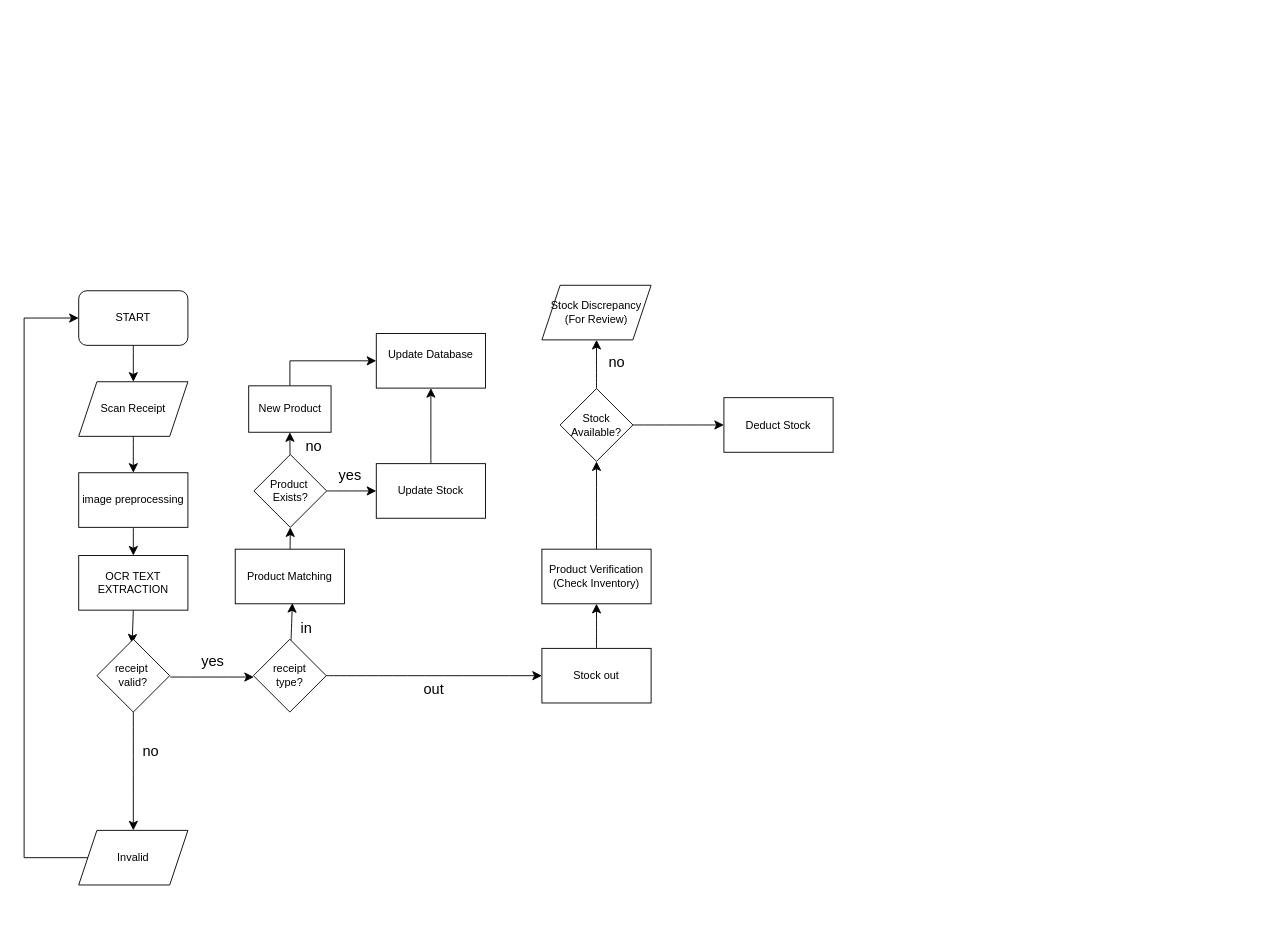
Before: workflow.drawio in 7bry7/INVENTORY-MANAGEMENT-SYSTEM-USING-IMAGE-PROCESSING-FOR-RECEIPT-BASED-STOCK-MONITORING-AND-CONTROL, a draw.io diagram. Source tidied: cells renumbered, new cells numbered last; positions are measured from the earlier drawing's top-left corner, leaving out a move shared by most shapes. Both pictures are drawn from the tidied source at 91%, with x=0, y=0 at pixel (24, 285).
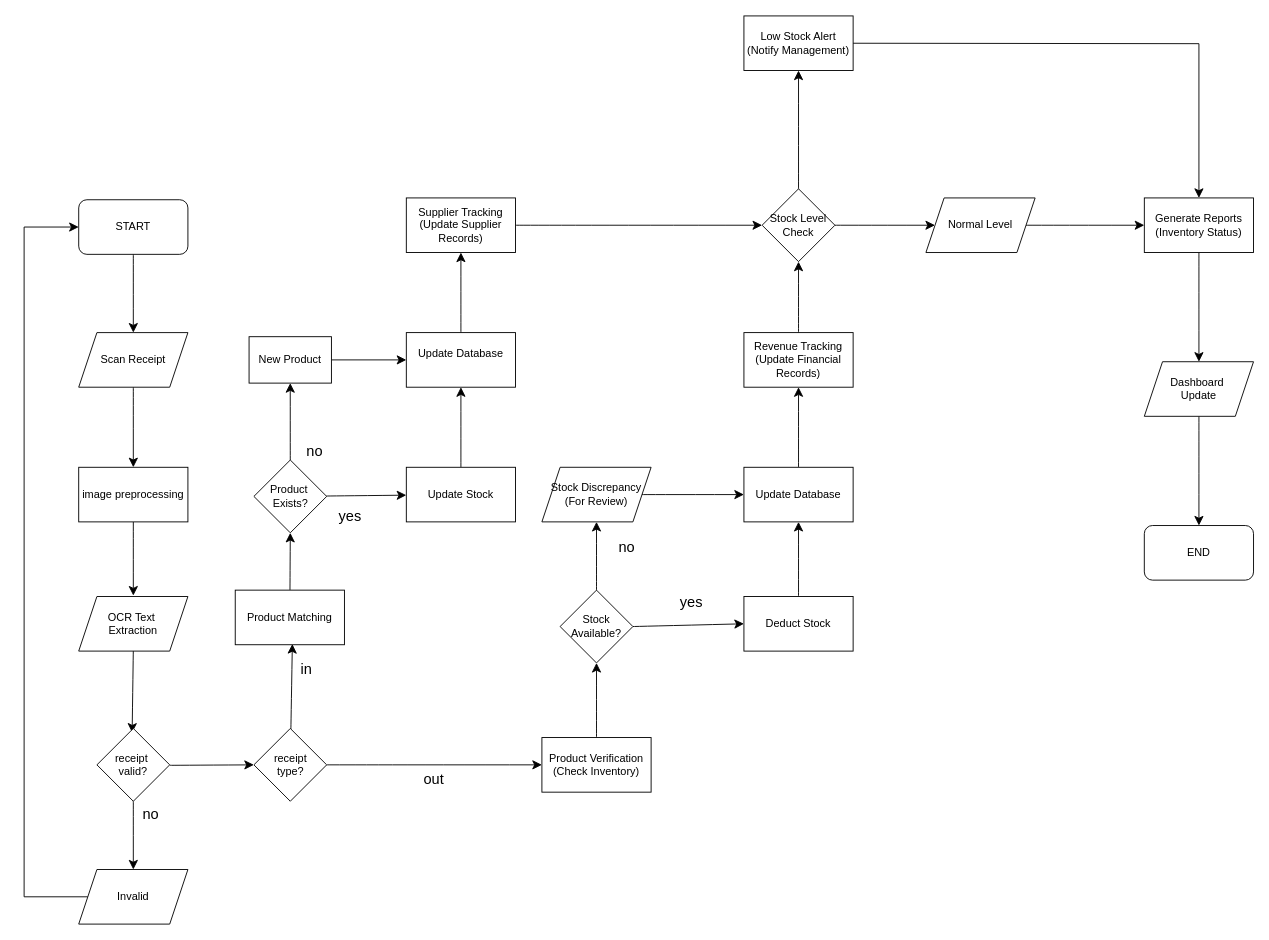
Above is the later version.

Diff of the diagram source:
```diff
@@
-    <mxCell id="3" style="edgeStyle=none;curved=1;rounded=0;jettySize=auto;html=1;entryX=0.5;entryY=0;entryDx=0;entryDy=0;fontSize=12;startSize=8;endSize=8;" parent="1" edge="1" source="4" target="6">
-      <mxGeometry relative="1" as="geometry" />
+    <mxCell id="3" style="edgeStyle=none;curved=1;rounded=0;jettySize=auto;html=1;entryX=0.5;entryY=0;entryDx=0;entryDy=0;fontSize=12;startSize=8;endSize=8;" parent="1" edge="1" source="4">
+      <mxGeometry relative="1" as="geometry">
+        <mxPoint x="120" y="341" as="targetPoint" />
+      </mxGeometry>
     </mxCell>
     <mxCell id="4" value="image preprocessing" style="rounded=0;whiteSpace=wrap;html=1;" parent="1" vertex="1">
-      <mxGeometry x="60" y="206" width="120" height="60" as="geometry" />
+      <mxGeometry x="60" y="200" width="120" height="60" as="geometry" />
     </mxCell>
-    <mxCell id="5" style="edgeStyle=none;curved=1;rounded=0;jettySize=auto;html=1;exitX=0.5;exitY=1;exitDx=0;exitDy=0;fontSize=12;startSize=8;endSize=8;entryX=0.484;entryY=0.058;entryDx=0;entryDy=0;entryPerimeter=0;" parent="1" edge="1" source="6" target="9">
-      <mxGeometry relative="1" as="geometry" />
+    <mxCell id="5" style="edgeStyle=none;curved=1;rounded=0;jettySize=auto;html=1;exitX=0.5;exitY=1;exitDx=0;exitDy=0;fontSize=12;startSize=8;endSize=8;entryX=0.484;entryY=0.058;entryDx=0;entryDy=0;entryPerimeter=0;" parent="1" edge="1" target="9">
+      <mxGeometry relative="1" as="geometry">
+        <mxPoint x="120" y="401" as="sourcePoint" />
+      </mxGeometry>
     </mxCell>
-    <mxCell id="6" value="OCR TEXT EXTRACTION" style="rounded=0;whiteSpace=wrap;html=1;" parent="1" vertex="1">
-      <mxGeometry x="60" y="297" width="120" height="60" as="geometry" />
-    </mxCell>
-    <mxCell id="7" style="edgeStyle=none;curved=1;rounded=0;orthogonalLoop=1;jettySize=auto;html=1;exitX=1;exitY=0.5;exitDx=0;exitDy=0;entryX=0;entryY=0.5;entryDx=0;entryDy=0;fontSize=12;startSize=8;endSize=8;" parent="1" edge="1">
+    <mxCell id="7" style="edgeStyle=none;curved=1;rounded=0;jettySize=auto;html=1;exitX=1;exitY=0.5;exitDx=0;exitDy=0;entryX=0;entryY=0.5;entryDx=0;entryDy=0;fontSize=12;startSize=8;endSize=8;" parent="1" edge="1" target="14">
       <mxGeometry relative="1" as="geometry">
-        <mxPoint x="160.5" y="430.5" as="sourcePoint" />
-        <mxPoint x="252.5" y="430.5" as="targetPoint" />
+        <mxPoint x="160.5" y="527.5" as="sourcePoint" />
       </mxGeometry>
     </mxCell>
@@
     <mxCell id="9" value="receipt&amp;nbsp;&lt;div&gt;valid?&lt;/div&gt;" style="rhombus;whiteSpace=wrap;html=1;" parent="1" vertex="1">
-      <mxGeometry x="80" y="389" width="80" height="80" as="geometry" />
+      <mxGeometry x="80" y="487" width="80" height="80" as="geometry" />
     </mxCell>
@@
     <mxCell id="11" style="edgeStyle=orthogonalEdgeStyle;rounded=0;jettySize=auto;html=1;entryX=0;entryY=0.5;entryDx=0;entryDy=0;fontSize=12;startSize=8;endSize=8;exitX=0;exitY=0.5;exitDx=0;exitDy=0;" parent="1" edge="1" source="42" target="25">
       <mxGeometry relative="1" as="geometry">
         <Array as="points">
-          <mxPoint y="629" />
-          <mxPoint y="36" />
+          <mxPoint y="672" />
+          <mxPoint y="-64" />
         </Array>
       </mxGeometry>
     </mxCell>
-    <mxCell id="12" style="edgeStyle=none;curved=1;rounded=0;jettySize=auto;html=1;entryX=0;entryY=0.5;entryDx=0;entryDy=0;fontSize=12;startSize=8;endSize=8;" parent="1" edge="1" source="14" target="16">
+    <mxCell id="12" style="edgeStyle=none;curved=1;rounded=0;jettySize=auto;html=1;entryX=0;entryY=0.5;entryDx=0;entryDy=0;fontSize=12;startSize=8;endSize=8;exitX=1;exitY=0.5;exitDx=0;exitDy=0;" parent="1" edge="1" source="14" target="37">
       <mxGeometry relative="1" as="geometry" />
     </mxCell>
@@
     <mxCell id="14" value="receipt&lt;div&gt;type?&lt;/div&gt;" style="rhombus;whiteSpace=wrap;html=1;" parent="1" vertex="1">
-      <mxGeometry x="252" y="389" width="80" height="80" as="geometry" />
+      <mxGeometry x="252.5" y="487" width="80" height="80" as="geometry" />
     </mxCell>
-    <mxCell id="15" style="edgeStyle=none;curved=1;rounded=0;jettySize=auto;html=1;fontSize=12;startSize=8;endSize=8;" parent="1" edge="1" source="16" target="37">
-      <mxGeometry relative="1" as="geometry" />
-    </mxCell>
-    <mxCell id="16" value="Stock out" style="rounded=0;whiteSpace=wrap;html=1;" parent="1" vertex="1">
-      <mxGeometry x="569" y="399" width="120" height="60" as="geometry" />
-    </mxCell>
@@
     <mxCell id="18" value="Product Matching" style="rounded=0;whiteSpace=wrap;html=1;" parent="1" vertex="1">
-      <mxGeometry x="232" y="290" width="120" height="60" as="geometry" />
+      <mxGeometry x="232" y="335" width="120" height="60" as="geometry" />
     </mxCell>
@@
     <mxCell id="21" value="Product&amp;nbsp;&lt;div&gt;Exists?&lt;/div&gt;" style="rhombus;whiteSpace=wrap;html=1;" parent="1" vertex="1">
-      <mxGeometry x="252.5" y="186" width="80" height="80" as="geometry" />
+      <mxGeometry x="252.5" y="192" width="80" height="80" as="geometry" />
     </mxCell>
-    <mxCell id="22" style="edgeStyle=orthogonalEdgeStyle;rounded=0;jettySize=auto;html=1;fontSize=12;startSize=8;endSize=8;exitX=0.5;exitY=0;exitDx=0;exitDy=0;entryX=0;entryY=0.5;entryDx=0;entryDy=0;" parent="1" edge="1" source="23" target="34">
+    <mxCell id="22" style="edgeStyle=orthogonalEdgeStyle;rounded=0;jettySize=auto;html=1;fontSize=12;startSize=8;endSize=8;exitX=1;exitY=0.5;exitDx=0;exitDy=0;entryX=0;entryY=0.5;entryDx=0;entryDy=0;" parent="1" edge="1" source="23" target="34">
       <mxGeometry relative="1" as="geometry" />
     </mxCell>
     <mxCell id="23" value="New Product" style="rounded=0;whiteSpace=wrap;html=1;" parent="1" vertex="1">
-      <mxGeometry x="246.8" y="110.5" width="90.5" height="51" as="geometry" />
+      <mxGeometry x="247.2" y="56.5" width="90.5" height="51" as="geometry" />
     </mxCell>
@@
     <mxCell id="25" value="START" style="rounded=1;whiteSpace=wrap;html=1;" parent="1" vertex="1">
-      <mxGeometry x="60" y="6" width="120" height="60" as="geometry" />
+      <mxGeometry x="60" y="-94" width="120" height="60" as="geometry" />
     </mxCell>
     <mxCell id="26" value="Scan Receipt" style="shape=parallelogram;perimeter=parallelogramPerimeter;whiteSpace=wrap;html=1;fixedSize=1;" parent="1" vertex="1">
-      <mxGeometry x="60" y="106" width="120" height="60" as="geometry" />
+      <mxGeometry x="60" y="52" width="120" height="60" as="geometry" />
     </mxCell>
     <mxCell id="27" value="in" style="text;html=1;align=center;verticalAlign=middle;strokeColor=none;fillColor=none;fontSize=16;" parent="1" vertex="1">
-      <mxGeometry x="295" y="361" width="30" height="31" as="geometry" />
+      <mxGeometry x="295" y="406" width="30" height="31" as="geometry" />
     </mxCell>
     <mxCell id="28" value="out" style="text;html=1;align=center;verticalAlign=middle;strokeColor=none;fillColor=none;fontSize=16;" parent="1" vertex="1">
-      <mxGeometry x="430" y="428" width="40" height="31" as="geometry" />
+      <mxGeometry x="430" y="527" width="40" height="31" as="geometry" />
     </mxCell>
-    <mxCell id="29" value="yes" style="text;html=1;align=center;verticalAlign=middle;strokeColor=none;fillColor=none;fontSize=16;" parent="1" vertex="1">
-      <mxGeometry x="185" y="397" width="43" height="31" as="geometry" />
-    </mxCell>
     <mxCell id="30" value="no" style="text;html=1;align=center;verticalAlign=middle;strokeColor=none;fillColor=none;fontSize=16;" parent="1" vertex="1">
-      <mxGeometry x="121" y="496" width="36" height="31" as="geometry" />
+      <mxGeometry x="121" y="565" width="36" height="31" as="geometry" />
     </mxCell>
     <mxCell id="31" value="no" style="text;html=1;align=center;verticalAlign=middle;strokeColor=none;fillColor=none;fontSize=16;" parent="1" vertex="1">
-      <mxGeometry x="300" y="161.5" width="36" height="31" as="geometry" />
+      <mxGeometry x="300.5" y="166" width="36" height="31" as="geometry" />
     </mxCell>
@@
     <mxCell id="33" value="Update Stock" style="whiteSpace=wrap;html=1;" parent="1" vertex="1">
-      <mxGeometry x="387" y="196" width="120" height="60" as="geometry" />
+      <mxGeometry x="420" y="200" width="120" height="60" as="geometry" />
     </mxCell>
+    <mxCell id="45" style="edgeStyle=none;curved=1;rounded=0;jettySize=auto;html=1;fontSize=12;startSize=8;endSize=8;" parent="1" edge="1" source="34" target="52">
+      <mxGeometry relative="1" as="geometry" />
+    </mxCell>
     <mxCell id="34" value="Update Database&lt;div&gt;&lt;br&gt;&lt;/div&gt;" style="whiteSpace=wrap;html=1;rounded=0;" parent="1" vertex="1">
-      <mxGeometry x="387" y="53" width="120" height="60" as="geometry" />
+      <mxGeometry x="420" y="52" width="120" height="60" as="geometry" />
     </mxCell>
     <mxCell id="35" value="yes" style="text;html=1;align=center;verticalAlign=middle;strokeColor=none;fillColor=none;fontSize=16;" parent="1" vertex="1">
-      <mxGeometry x="336.5" y="193.5" width="43" height="31" as="geometry" />
+      <mxGeometry x="336.5" y="238.5" width="43" height="31" as="geometry" />
     </mxCell>
@@
     <mxCell id="37" value="Product Verification&lt;div&gt;(Check Inventory)&lt;/div&gt;" style="rounded=0;whiteSpace=wrap;html=1;" parent="1" vertex="1">
-      <mxGeometry x="569" y="290" width="120" height="60" as="geometry" />
+      <mxGeometry x="569" y="497" width="120" height="60" as="geometry" />
     </mxCell>
@@
-    <mxCell id="39" style="edgeStyle=none;curved=1;rounded=0;jettySize=auto;html=1;fontSize=12;startSize=8;endSize=8;" parent="1" edge="1" source="40" target="44">
+    <mxCell id="39" style="edgeStyle=none;curved=1;rounded=0;jettySize=auto;html=1;fontSize=12;startSize=8;endSize=8;exitX=1;exitY=0.5;exitDx=0;exitDy=0;entryX=0;entryY=0.5;entryDx=0;entryDy=0;" parent="1" edge="1" source="40" target="44">
       <mxGeometry relative="1" as="geometry" />
     </mxCell>
     <mxCell id="40" value="Stock&lt;div&gt;Available?&lt;/div&gt;" style="rhombus;whiteSpace=wrap;html=1;rounded=0;" parent="1" vertex="1">
-      <mxGeometry x="589" y="113.5" width="80" height="80" as="geometry" />
+      <mxGeometry x="589" y="335" width="80" height="80" as="geometry" />
     </mxCell>
+    <mxCell id="46" style="edgeStyle=none;curved=1;rounded=0;jettySize=auto;html=1;fontSize=12;startSize=8;endSize=8;" parent="1" edge="1" source="41" target="50">
+      <mxGeometry relative="1" as="geometry" />
+    </mxCell>
     <mxCell id="41" value="Stock Discrepancy&lt;div&gt;(For Review)&lt;/div&gt;" style="shape=parallelogram;perimeter=parallelogramPerimeter;whiteSpace=wrap;html=1;fixedSize=1;rounded=0;" parent="1" vertex="1">
-      <mxGeometry x="569" width="120" height="60" as="geometry" />
+      <mxGeometry x="569" y="200" width="120" height="60" as="geometry" />
     </mxCell>
     <mxCell id="42" value="Invalid" style="shape=parallelogram;perimeter=parallelogramPerimeter;whiteSpace=wrap;html=1;fixedSize=1;" parent="1" vertex="1">
-      <mxGeometry x="60" y="599" width="120" height="60" as="geometry" />
+      <mxGeometry x="60" y="642" width="120" height="60" as="geometry" />
     </mxCell>
     <mxCell id="43" value="no" style="text;html=1;align=center;verticalAlign=middle;strokeColor=none;fillColor=none;fontSize=16;" parent="1" vertex="1">
-      <mxGeometry x="632.5" y="68.5" width="36" height="31" as="geometry" />
+      <mxGeometry x="644" y="272" width="36" height="31" as="geometry" />
     </mxCell>
+    <mxCell id="47" style="edgeStyle=none;curved=1;rounded=0;jettySize=auto;html=1;fontSize=12;startSize=8;endSize=8;exitX=0.5;exitY=0;exitDx=0;exitDy=0;entryX=0.5;entryY=1;entryDx=0;entryDy=0;" parent="1" edge="1" source="44" target="50">
+      <mxGeometry relative="1" as="geometry" />
+    </mxCell>
     <mxCell id="44" value="Deduct Stock" style="whiteSpace=wrap;html=1;rounded=0;" parent="1" vertex="1">
-      <mxGeometry x="769" y="123.5" width="120" height="60" as="geometry" />
+      <mxGeometry x="791" y="342" width="120" height="60" as="geometry" />
     </mxCell>
+    <mxCell id="48" value="OCR Text&amp;nbsp;&lt;div&gt;Extraction&lt;/div&gt;" style="shape=parallelogram;perimeter=parallelogramPerimeter;whiteSpace=wrap;html=1;fixedSize=1;" parent="1" vertex="1">
+      <mxGeometry x="60" y="342" width="120" height="60" as="geometry" />
+    </mxCell>
+    <mxCell id="29" value="yes" style="text;html=1;align=center;verticalAlign=middle;strokeColor=none;fillColor=none;fontSize=16;" parent="1" vertex="1">
+      <mxGeometry x="711" y="332" width="43" height="31" as="geometry" />
+    </mxCell>
+    <mxCell id="49" style="edgeStyle=none;curved=1;rounded=0;jettySize=auto;html=1;fontSize=12;startSize=8;endSize=8;" parent="1" edge="1" source="50" target="54">
+      <mxGeometry relative="1" as="geometry" />
+    </mxCell>
+    <mxCell id="50" value="Update Database" style="whiteSpace=wrap;html=1;rounded=0;" parent="1" vertex="1">
+      <mxGeometry x="791" y="200" width="120" height="60" as="geometry" />
+    </mxCell>
+    <mxCell id="51" style="edgeStyle=none;curved=1;rounded=0;jettySize=auto;html=1;fontSize=12;startSize=8;endSize=8;" parent="1" edge="1" source="52" target="57">
+      <mxGeometry relative="1" as="geometry" />
+    </mxCell>
+    <mxCell id="52" value="Supplier Tracking&lt;div&gt;(Update Supplier Records)&lt;/div&gt;" style="whiteSpace=wrap;html=1;rounded=0;" parent="1" vertex="1">
+      <mxGeometry x="420" y="-96" width="120" height="60" as="geometry" />
+    </mxCell>
+    <mxCell id="53" style="edgeStyle=none;curved=1;rounded=0;jettySize=auto;html=1;fontSize=12;startSize=8;endSize=8;" parent="1" edge="1" source="54" target="57">
+      <mxGeometry relative="1" as="geometry" />
+    </mxCell>
+    <mxCell id="54" value="Revenue Tracking&lt;div&gt;(Update Financial Records)&lt;/div&gt;" style="whiteSpace=wrap;html=1;rounded=0;" parent="1" vertex="1">
+      <mxGeometry x="791" y="52" width="120" height="60" as="geometry" />
+    </mxCell>
+    <mxCell id="55" style="edgeStyle=none;curved=1;rounded=0;jettySize=auto;html=1;fontSize=12;startSize=8;endSize=8;" parent="1" edge="1" source="57" target="60">
+      <mxGeometry relative="1" as="geometry" />
+    </mxCell>
+    <mxCell id="56" style="edgeStyle=none;curved=1;rounded=0;jettySize=auto;html=1;fontSize=12;startSize=8;endSize=8;" parent="1" edge="1" source="57" target="66">
+      <mxGeometry relative="1" as="geometry" />
+    </mxCell>
+    <mxCell id="57" value="Stock Level Check" style="rhombus;whiteSpace=wrap;html=1;rounded=0;" parent="1" vertex="1">
+      <mxGeometry x="811" y="-106" width="80" height="80" as="geometry" />
+    </mxCell>
+    <mxCell id="58" style="edgeStyle=orthogonalEdgeStyle;rounded=0;jettySize=auto;html=1;fontSize=12;startSize=8;endSize=8;entryX=0.5;entryY=0;entryDx=0;entryDy=0;" parent="1" edge="1" target="62">
+      <mxGeometry relative="1" as="geometry">
+        <mxPoint x="901" y="-266" as="sourcePoint" />
+      </mxGeometry>
+    </mxCell>
+    <mxCell id="59" style="edgeStyle=none;curved=1;rounded=0;jettySize=auto;html=1;fontSize=12;startSize=8;endSize=8;" parent="1" edge="1" source="60" target="62">
+      <mxGeometry relative="1" as="geometry" />
+    </mxCell>
+    <mxCell id="60" value="Normal Level" style="shape=parallelogram;perimeter=parallelogramPerimeter;whiteSpace=wrap;html=1;fixedSize=1;rounded=0;" parent="1" vertex="1">
+      <mxGeometry x="991" y="-96" width="120" height="60" as="geometry" />
+    </mxCell>
+    <mxCell id="61" style="edgeStyle=none;curved=1;rounded=0;jettySize=auto;html=1;fontSize=12;startSize=8;endSize=8;" parent="1" edge="1" source="62" target="64">
+      <mxGeometry relative="1" as="geometry" />
+    </mxCell>
+    <mxCell id="62" value="Generate Reports&lt;div&gt;(Inventory Status)&lt;/div&gt;" style="whiteSpace=wrap;html=1;rounded=0;" parent="1" vertex="1">
+      <mxGeometry x="1231" y="-96" width="120" height="60" as="geometry" />
+    </mxCell>
+    <mxCell id="63" style="edgeStyle=none;curved=1;rounded=0;jettySize=auto;html=1;fontSize=12;startSize=8;endSize=8;" parent="1" edge="1" source="64" target="65">
+      <mxGeometry relative="1" as="geometry" />
+    </mxCell>
+    <mxCell id="64" value="Dashboard&amp;nbsp;&lt;div&gt;Update&lt;/div&gt;" style="shape=parallelogram;perimeter=parallelogramPerimeter;whiteSpace=wrap;html=1;fixedSize=1;rounded=0;" parent="1" vertex="1">
+      <mxGeometry x="1231" y="84" width="120" height="60" as="geometry" />
+    </mxCell>
+    <mxCell id="65" value="END" style="rounded=1;whiteSpace=wrap;html=1;" parent="1" vertex="1">
+      <mxGeometry x="1231" y="264" width="120" height="60" as="geometry" />
+    </mxCell>
+    <mxCell id="66" value="Low Stock Alert&lt;div&gt;(Notify Management)&lt;/div&gt;" style="whiteSpace=wrap;html=1;rounded=0;" parent="1" vertex="1">
+      <mxGeometry x="791" y="-296" width="120" height="60" as="geometry" />
+    </mxCell>
```
